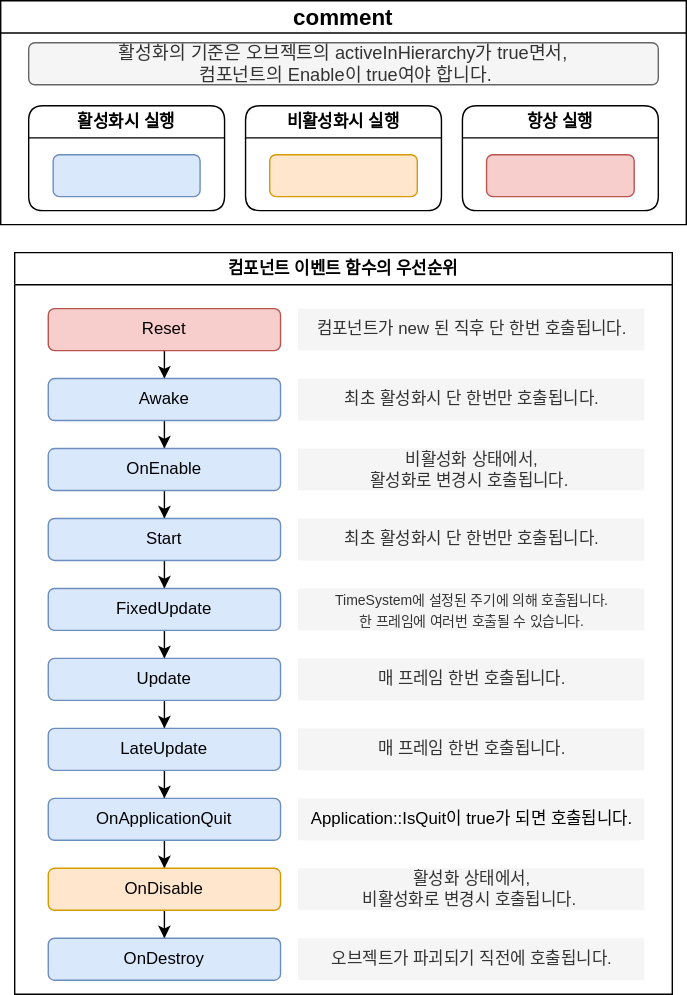
Scarecrow37/VanishingGround keeps this draw.io diagram as Diagram/ComponentLifeCycleFlowchart.drawio.svg. Above is the earlier version. Source tidied: cells renumbered, new cells last; positions are measured from the earlier drawing's top-left corner, leaving out a move shared by most shapes.
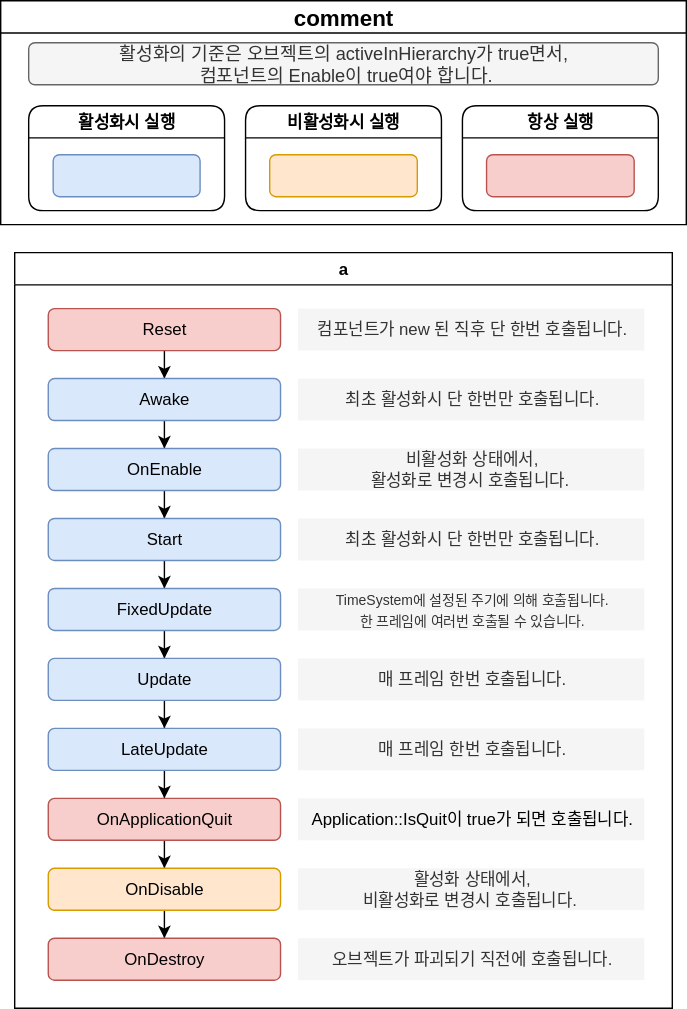
Above is the later version.

Commit message:
[DOCS/VG-28] 컴포넌트 라이프 사이클 다이얼로그 최신화

What changed in the source:
```diff
@@ -2,94 +2,94 @@
   <root>
     <mxCell id="0" />
     <mxCell id="1" parent="0" />
-    <mxCell id="2" value="컴포넌트 이벤트 함수의 우선순위" style="swimlane;whiteSpace=wrap;html=1;" parent="1" vertex="1">
-      <mxGeometry x="10" y="180" width="470" height="530" as="geometry" />
-    </mxCell>
+    <mxCell id="40" value="a" style="swimlane;whiteSpace=wrap;html=1;" parent="1" vertex="1">
+      <mxGeometry x="10" y="180" width="470" height="540" as="geometry" />
+    </mxCell>
-    <mxCell id="3" style="edgeStyle=orthogonalEdgeStyle;rounded=0;jettySize=auto;html=1;" parent="2" edge="1" source="4" target="7">
+    <mxCell id="3" style="edgeStyle=orthogonalEdgeStyle;rounded=0;jettySize=auto;html=1;" parent="40" edge="1" source="4" target="7">
       <mxGeometry relative="1" as="geometry" />
     </mxCell>
-    <mxCell id="4" value="Reset" style="rounded=1;whiteSpace=wrap;html=1;fillColor=#f8cecc;strokeColor=#b85450;" parent="2" vertex="1">
+    <mxCell id="4" value="Reset" style="rounded=1;whiteSpace=wrap;html=1;fillColor=#f8cecc;strokeColor=#b85450;" parent="40" vertex="1">
       <mxGeometry x="24" y="40" width="166" height="30" as="geometry" />
     </mxCell>
-    <mxCell id="5" value="컴포넌트가 new 된 직후 단 한번 호출됩니다." style="text;html=1;align=center;verticalAlign=middle;whiteSpace=wrap;rounded=0;fillColor=#f5f5f5;strokeColor=none;fontColor=#333333;" parent="2" vertex="1">
+    <mxCell id="5" value="컴포넌트가 new 된 직후 단 한번 호출됩니다." style="text;html=1;align=center;verticalAlign=middle;whiteSpace=wrap;rounded=0;fillColor=#f5f5f5;strokeColor=none;fontColor=#333333;" parent="40" vertex="1">
       <mxGeometry x="202.5" y="40" width="247.5" height="30" as="geometry" />
     </mxCell>
-    <mxCell id="6" style="edgeStyle=orthogonalEdgeStyle;rounded=0;jettySize=auto;html=1;" parent="2" edge="1" source="7" target="10">
+    <mxCell id="6" style="edgeStyle=orthogonalEdgeStyle;rounded=0;jettySize=auto;html=1;" parent="40" edge="1" source="7" target="10">
       <mxGeometry relative="1" as="geometry" />
     </mxCell>
-    <mxCell id="7" value="Awake" style="rounded=1;whiteSpace=wrap;html=1;fillColor=#dae8fc;strokeColor=#6c8ebf;" parent="2" vertex="1">
+    <mxCell id="7" value="Awake" style="rounded=1;whiteSpace=wrap;html=1;fillColor=#dae8fc;strokeColor=#6c8ebf;" parent="40" vertex="1">
       <mxGeometry x="24" y="90" width="166" height="30" as="geometry" />
     </mxCell>
-    <mxCell id="8" value="최초 활성화시 단 한번만 호출됩니다." style="text;html=1;align=center;verticalAlign=middle;whiteSpace=wrap;rounded=0;fillColor=#f5f5f5;strokeColor=none;fontColor=#333333;" parent="2" vertex="1">
+    <mxCell id="8" value="최초 활성화시 단 한번만 호출됩니다." style="text;html=1;align=center;verticalAlign=middle;whiteSpace=wrap;rounded=0;fillColor=#f5f5f5;strokeColor=none;fontColor=#333333;" parent="40" vertex="1">
       <mxGeometry x="202.5" y="90" width="247.5" height="30" as="geometry" />
     </mxCell>
-    <mxCell id="9" style="edgeStyle=orthogonalEdgeStyle;rounded=0;jettySize=auto;html=1;" parent="2" edge="1" source="10" target="13">
+    <mxCell id="9" style="edgeStyle=orthogonalEdgeStyle;rounded=0;jettySize=auto;html=1;" parent="40" edge="1" source="10" target="13">
       <mxGeometry relative="1" as="geometry" />
     </mxCell>
-    <mxCell id="10" value="OnEnable" style="rounded=1;whiteSpace=wrap;html=1;fillColor=#dae8fc;strokeColor=#6c8ebf;" parent="2" vertex="1">
+    <mxCell id="10" value="OnEnable" style="rounded=1;whiteSpace=wrap;html=1;fillColor=#dae8fc;strokeColor=#6c8ebf;" parent="40" vertex="1">
       <mxGeometry x="24" y="140" width="166" height="30" as="geometry" />
     </mxCell>
-    <mxCell id="11" value="비활성화 상태에서,&lt;div&gt;활성화로 변경시 호출됩니다.&amp;nbsp;&lt;/div&gt;" style="text;html=1;align=center;verticalAlign=middle;whiteSpace=wrap;rounded=0;fillColor=#f5f5f5;strokeColor=none;fontColor=#333333;" parent="2" vertex="1">
+    <mxCell id="11" value="비활성화 상태에서,&lt;div&gt;활성화로 변경시 호출됩니다.&amp;nbsp;&lt;/div&gt;" style="text;html=1;align=center;verticalAlign=middle;whiteSpace=wrap;rounded=0;fillColor=#f5f5f5;strokeColor=none;fontColor=#333333;" parent="40" vertex="1">
       <mxGeometry x="202.5" y="140" width="247.5" height="30" as="geometry" />
     </mxCell>
-    <mxCell id="12" style="edgeStyle=orthogonalEdgeStyle;rounded=0;jettySize=auto;html=1;" parent="2" edge="1" source="13" target="16">
+    <mxCell id="12" style="edgeStyle=orthogonalEdgeStyle;rounded=0;jettySize=auto;html=1;" parent="40" edge="1" source="13" target="16">
       <mxGeometry relative="1" as="geometry" />
     </mxCell>
-    <mxCell id="13" value="Start" style="rounded=1;whiteSpace=wrap;html=1;fillColor=#dae8fc;strokeColor=#6c8ebf;" parent="2" vertex="1">
+    <mxCell id="13" value="Start" style="rounded=1;whiteSpace=wrap;html=1;fillColor=#dae8fc;strokeColor=#6c8ebf;" parent="40" vertex="1">
       <mxGeometry x="24" y="190" width="166" height="30" as="geometry" />
     </mxCell>
-    <mxCell id="14" value="최초 활성화시 단 한번만 호출됩니다." style="text;html=1;align=center;verticalAlign=middle;whiteSpace=wrap;rounded=0;fillColor=#f5f5f5;strokeColor=none;fontColor=#333333;" parent="2" vertex="1">
+    <mxCell id="14" value="최초 활성화시 단 한번만 호출됩니다." style="text;html=1;align=center;verticalAlign=middle;whiteSpace=wrap;rounded=0;fillColor=#f5f5f5;strokeColor=none;fontColor=#333333;" parent="40" vertex="1">
       <mxGeometry x="202.5" y="190" width="247.5" height="30" as="geometry" />
     </mxCell>
-    <mxCell id="15" style="edgeStyle=orthogonalEdgeStyle;rounded=0;jettySize=auto;html=1;" parent="2" edge="1" source="16" target="19">
+    <mxCell id="15" style="edgeStyle=orthogonalEdgeStyle;rounded=0;jettySize=auto;html=1;" parent="40" edge="1" source="16" target="19">
       <mxGeometry relative="1" as="geometry" />
     </mxCell>
-    <mxCell id="16" value="FixedUpdate" style="rounded=1;whiteSpace=wrap;html=1;fillColor=#dae8fc;strokeColor=#6c8ebf;" parent="2" vertex="1">
+    <mxCell id="16" value="FixedUpdate" style="rounded=1;whiteSpace=wrap;html=1;fillColor=#dae8fc;strokeColor=#6c8ebf;" parent="40" vertex="1">
       <mxGeometry x="24" y="240" width="166" height="30" as="geometry" />
     </mxCell>
-    <mxCell id="17" value="&lt;font style=&quot;font-size: 10px;&quot;&gt;TimeSystem에 설정된 주기에 의해 호출됩니다.&lt;/font&gt;&lt;div&gt;&lt;font style=&quot;font-size: 10px;&quot;&gt;한 프레임에 여러번 호출될 수 있습니다.&lt;/font&gt;&lt;/div&gt;" style="text;html=1;align=center;verticalAlign=middle;whiteSpace=wrap;rounded=0;fillColor=#f5f5f5;strokeColor=none;fontColor=#333333;" parent="2" vertex="1">
+    <mxCell id="17" value="&lt;font style=&quot;font-size: 10px;&quot;&gt;TimeSystem에 설정된 주기에 의해 호출됩니다.&lt;/font&gt;&lt;div&gt;&lt;font style=&quot;font-size: 10px;&quot;&gt;한 프레임에 여러번 호출될 수 있습니다.&lt;/font&gt;&lt;/div&gt;" style="text;html=1;align=center;verticalAlign=middle;whiteSpace=wrap;rounded=0;fillColor=#f5f5f5;strokeColor=none;fontColor=#333333;" parent="40" vertex="1">
       <mxGeometry x="202.5" y="240" width="247.5" height="30" as="geometry" />
     </mxCell>
-    <mxCell id="18" style="edgeStyle=orthogonalEdgeStyle;rounded=0;jettySize=auto;html=1;entryX=0.5;entryY=0;entryDx=0;entryDy=0;" parent="2" edge="1" source="19" target="22">
+    <mxCell id="18" style="edgeStyle=orthogonalEdgeStyle;rounded=0;jettySize=auto;html=1;entryX=0.5;entryY=0;entryDx=0;entryDy=0;" parent="40" edge="1" source="19" target="22">
       <mxGeometry relative="1" as="geometry" />
     </mxCell>
-    <mxCell id="19" value="Update" style="rounded=1;whiteSpace=wrap;html=1;fillColor=#dae8fc;strokeColor=#6c8ebf;" parent="2" vertex="1">
+    <mxCell id="19" value="Update" style="rounded=1;whiteSpace=wrap;html=1;fillColor=#dae8fc;strokeColor=#6c8ebf;" parent="40" vertex="1">
       <mxGeometry x="24" y="290" width="166" height="30" as="geometry" />
     </mxCell>
-    <mxCell id="20" value="매 프레임 한번 호출됩니다." style="text;html=1;align=center;verticalAlign=middle;whiteSpace=wrap;rounded=0;fillColor=#f5f5f5;strokeColor=none;fontColor=#333333;" parent="2" vertex="1">
+    <mxCell id="20" value="매 프레임 한번 호출됩니다." style="text;html=1;align=center;verticalAlign=middle;whiteSpace=wrap;rounded=0;fillColor=#f5f5f5;strokeColor=none;fontColor=#333333;" parent="40" vertex="1">
       <mxGeometry x="202.5" y="290" width="247.5" height="30" as="geometry" />
     </mxCell>
-    <mxCell id="21" style="edgeStyle=orthogonalEdgeStyle;rounded=0;jettySize=auto;html=1;" parent="2" edge="1" source="22" target="25">
+    <mxCell id="21" style="edgeStyle=orthogonalEdgeStyle;rounded=0;jettySize=auto;html=1;" parent="40" edge="1" source="22" target="25">
       <mxGeometry relative="1" as="geometry" />
     </mxCell>
-    <mxCell id="22" value="LateUpdate" style="rounded=1;whiteSpace=wrap;html=1;fillColor=#dae8fc;strokeColor=#6c8ebf;" parent="2" vertex="1">
+    <mxCell id="22" value="LateUpdate" style="rounded=1;whiteSpace=wrap;html=1;fillColor=#dae8fc;strokeColor=#6c8ebf;" parent="40" vertex="1">
       <mxGeometry x="24" y="340" width="166" height="30" as="geometry" />
     </mxCell>
-    <mxCell id="23" value="매 프레임 한번 호출됩니다." style="text;html=1;align=center;verticalAlign=middle;whiteSpace=wrap;rounded=0;fillColor=#f5f5f5;strokeColor=none;fontColor=#333333;" parent="2" vertex="1">
+    <mxCell id="23" value="매 프레임 한번 호출됩니다." style="text;html=1;align=center;verticalAlign=middle;whiteSpace=wrap;rounded=0;fillColor=#f5f5f5;strokeColor=none;fontColor=#333333;" parent="40" vertex="1">
       <mxGeometry x="202.5" y="340" width="247.5" height="30" as="geometry" />
     </mxCell>
-    <mxCell id="24" style="edgeStyle=orthogonalEdgeStyle;rounded=0;jettySize=auto;html=1;" parent="2" edge="1" source="25" target="28">
+    <mxCell id="24" style="edgeStyle=orthogonalEdgeStyle;rounded=0;jettySize=auto;html=1;" parent="40" edge="1" source="25" target="28">
       <mxGeometry relative="1" as="geometry" />
     </mxCell>
-    <mxCell id="25" value="OnApplicationQuit" style="rounded=1;whiteSpace=wrap;html=1;fillColor=#dae8fc;strokeColor=#6c8ebf;" parent="2" vertex="1">
+    <mxCell id="25" value="OnApplicationQuit" style="rounded=1;whiteSpace=wrap;html=1;fillColor=#f8cecc;strokeColor=#b85450;" parent="40" vertex="1">
       <mxGeometry x="24" y="390" width="166" height="30" as="geometry" />
     </mxCell>
-    <mxCell id="26" value="&lt;span style=&quot;color: rgb(0, 0, 0);&quot;&gt;Application::IsQuit이 true가 되면 호출됩니다.&lt;/span&gt;" style="text;html=1;align=center;verticalAlign=middle;whiteSpace=wrap;rounded=0;fillColor=#f5f5f5;strokeColor=none;fontColor=#333333;" parent="2" vertex="1">
+    <mxCell id="26" value="&lt;span style=&quot;color: rgb(0, 0, 0);&quot;&gt;Application::IsQuit이 true가 되면 호출됩니다.&lt;/span&gt;" style="text;html=1;align=center;verticalAlign=middle;whiteSpace=wrap;rounded=0;fillColor=#f5f5f5;strokeColor=none;fontColor=#333333;" parent="40" vertex="1">
       <mxGeometry x="202.5" y="390" width="247.5" height="30" as="geometry" />
     </mxCell>
-    <mxCell id="27" style="edgeStyle=orthogonalEdgeStyle;rounded=0;jettySize=auto;html=1;" parent="2" edge="1" source="28" target="30">
+    <mxCell id="27" style="edgeStyle=orthogonalEdgeStyle;rounded=0;jettySize=auto;html=1;" parent="40" edge="1" source="28" target="30">
       <mxGeometry relative="1" as="geometry" />
     </mxCell>
-    <mxCell id="28" value="OnDisable" style="rounded=1;whiteSpace=wrap;html=1;fillColor=#ffe6cc;strokeColor=#d79b00;" parent="2" vertex="1">
+    <mxCell id="28" value="OnDisable" style="rounded=1;whiteSpace=wrap;html=1;fillColor=#ffe6cc;strokeColor=#d79b00;" parent="40" vertex="1">
       <mxGeometry x="24" y="440" width="166" height="30" as="geometry" />
     </mxCell>
-    <mxCell id="29" value="활성화 상태에서,&lt;div&gt;비활성화로 변경시 호출됩니다.&amp;nbsp;&lt;/div&gt;" style="text;html=1;align=center;verticalAlign=middle;whiteSpace=wrap;rounded=0;fillColor=#f5f5f5;strokeColor=none;fontColor=#333333;" parent="2" vertex="1">
+    <mxCell id="29" value="활성화 상태에서,&lt;div&gt;비활성화로 변경시 호출됩니다.&amp;nbsp;&lt;/div&gt;" style="text;html=1;align=center;verticalAlign=middle;whiteSpace=wrap;rounded=0;fillColor=#f5f5f5;strokeColor=none;fontColor=#333333;" parent="40" vertex="1">
       <mxGeometry x="202.5" y="440" width="247.5" height="30" as="geometry" />
     </mxCell>
-    <mxCell id="30" value="OnDestroy" style="rounded=1;whiteSpace=wrap;html=1;fillColor=#dae8fc;strokeColor=#6c8ebf;" parent="2" vertex="1">
+    <mxCell id="30" value="OnDestroy" style="rounded=1;whiteSpace=wrap;html=1;fillColor=#f8cecc;strokeColor=#b85450;" parent="40" vertex="1">
       <mxGeometry x="24" y="490" width="166" height="30" as="geometry" />
     </mxCell>
-    <mxCell id="31" value="오브젝트가 파괴되기 직전에 호출됩니다." style="text;html=1;align=center;verticalAlign=middle;whiteSpace=wrap;rounded=0;fillColor=#f5f5f5;strokeColor=none;fontColor=#333333;" parent="2" vertex="1">
+    <mxCell id="31" value="오브젝트가 파괴되기 직전에 호출됩니다." style="text;html=1;align=center;verticalAlign=middle;whiteSpace=wrap;rounded=0;fillColor=#f5f5f5;strokeColor=none;fontColor=#333333;" parent="40" vertex="1">
       <mxGeometry x="202.5" y="490" width="247.5" height="30" as="geometry" />
     </mxCell>
     <mxCell id="32" value="&lt;span style=&quot;font-family: Arial, sans-serif; text-align: start;&quot;&gt;&lt;font style=&quot;color: rgb(0, 0, 0); font-size: 16px;&quot;&gt;comment&lt;/font&gt;&lt;/span&gt;" style="swimlane;whiteSpace=wrap;html=1;" parent="1" vertex="1">
```
